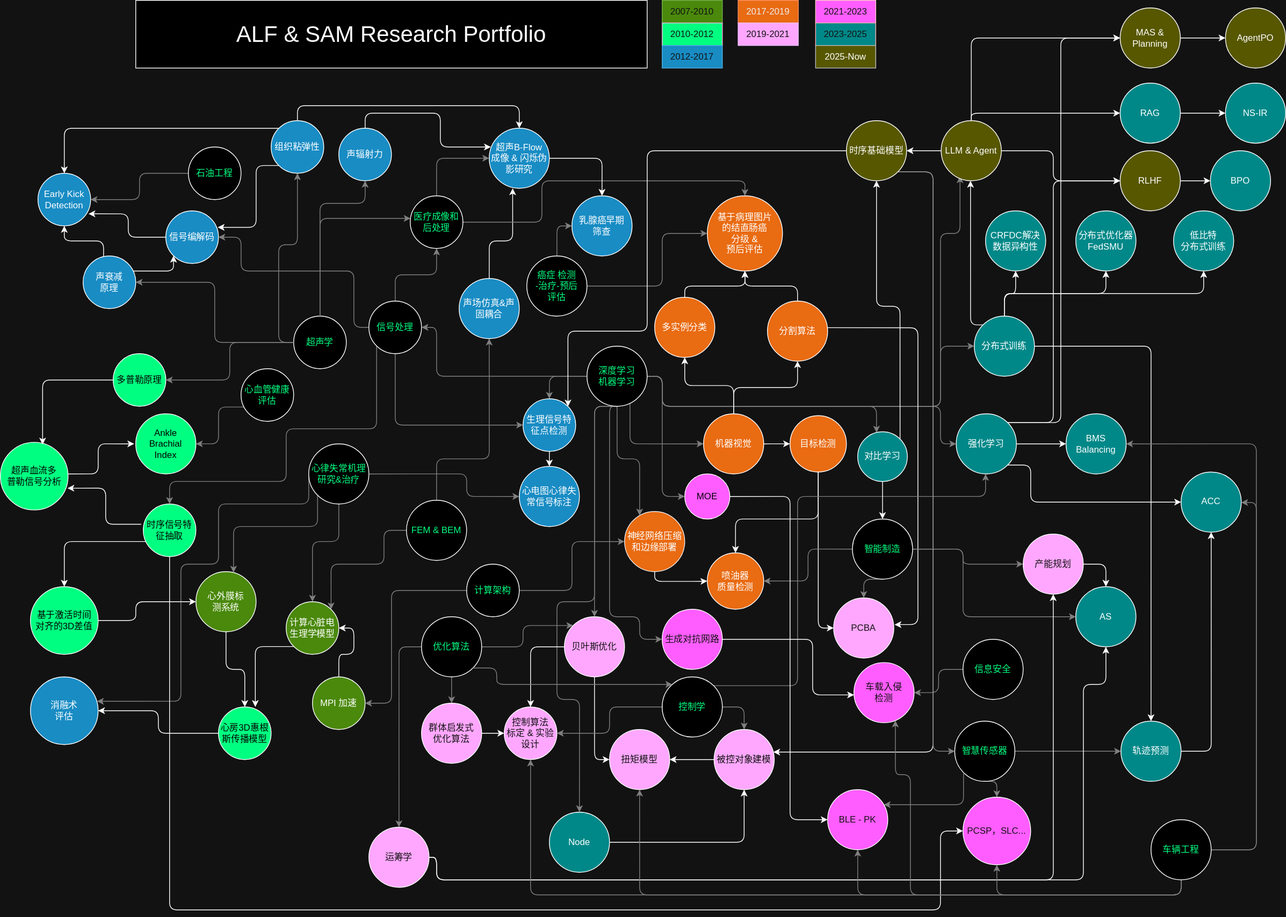
alfredlu/alfredlu.github.io keeps this draw.io diagram as doc/study.drawio.svg. Above is the earlier version. Source tidied: cells renumbered, new cells last; positions are measured from the earlier drawing's top-left corner, leaving out a move shared by most shapes.
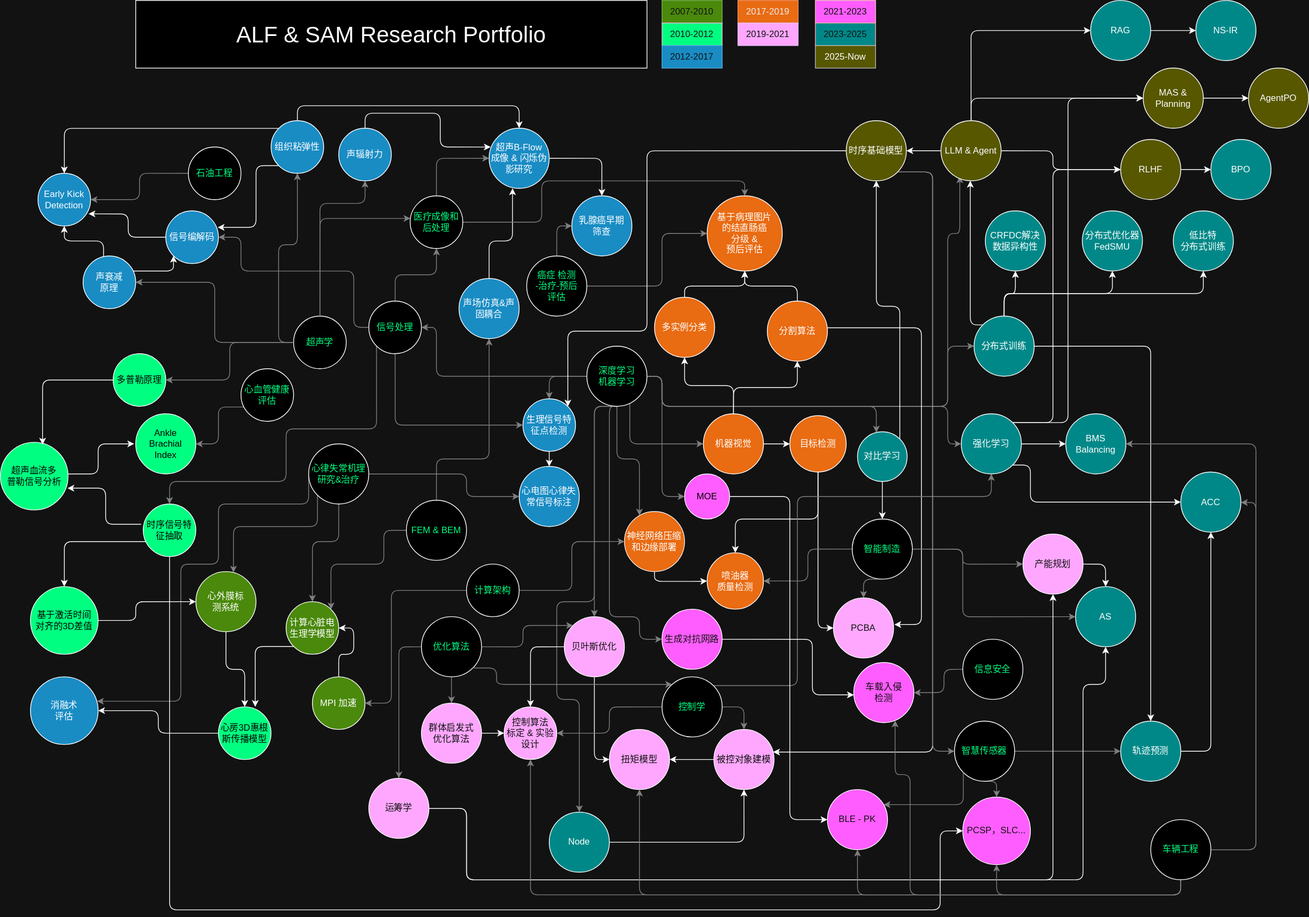
The same file after the commit.

Change to the diagram source:
```diff
@@ -387,8 +387,8 @@
         <Array as="points">
           <mxPoint x="880" y="500" />
           <mxPoint x="880" y="540" />
-          <mxPoint x="1250" y="540" />
-          <mxPoint x="1250" y="460" />
+          <mxPoint x="1260" y="540" />
+          <mxPoint x="1260" y="460" />
         </Array>
       </mxGeometry>
     </mxCell>
@@ -397,8 +397,8 @@
         <Array as="points">
           <mxPoint x="880" y="500" />
           <mxPoint x="880" y="540" />
-          <mxPoint x="1250" y="540" />
-          <mxPoint x="1250" y="590" />
+          <mxPoint x="1260" y="540" />
+          <mxPoint x="1260" y="590" />
         </Array>
       </mxGeometry>
     </mxCell>
@@ -427,8 +427,8 @@
         <Array as="points">
           <mxPoint x="880" y="500" />
           <mxPoint x="880" y="540" />
-          <mxPoint x="1250" y="540" />
-          <mxPoint x="1250" y="310" />
+          <mxPoint x="1260" y="540" />
+          <mxPoint x="1260" y="310" />
           <mxPoint x="1276" y="310" />
         </Array>
       </mxGeometry>
@@ -471,8 +471,8 @@
         <mxPoint x="1099" y="435.5" as="sourcePoint" />
         <mxPoint x="1189" y="830.5" as="targetPoint" />
         <Array as="points">
-          <mxPoint x="1220" y="435" />
-          <mxPoint x="1220" y="830" />
+          <mxPoint x="1225" y="436" />
+          <mxPoint x="1225" y="830" />
         </Array>
       </mxGeometry>
     </mxCell>
@@ -572,7 +572,7 @@
         <Array as="points">
           <mxPoint x="1060" y="912" />
           <mxPoint x="1060" y="660" />
-          <mxPoint x="1310" y="660" />
+          <mxPoint x="1318" y="660" />
         </Array>
       </mxGeometry>
     </mxCell>
@@ -607,7 +607,12 @@
       <mxGeometry x="1108" y="795" width="80" height="80" as="geometry" />
     </mxCell>
     <mxCell id="130" style="edgeStyle=orthogonalEdgeStyle;jettySize=auto;html=1;exitX=0;exitY=0.5;exitDx=0;exitDy=0;entryX=1;entryY=0.5;entryDx=0;entryDy=0;strokeColor=light-dark(#000000,#808080);" parent="1" edge="1" source="131" target="132">
-      <mxGeometry relative="1" as="geometry" />
+      <mxGeometry relative="1" as="geometry">
+        <Array as="points">
+          <mxPoint x="1255" y="890" />
+          <mxPoint x="1255" y="921" />
+        </Array>
+      </mxGeometry>
     </mxCell>
     <mxCell id="131" value="&lt;span style=&quot;&quot;&gt;信息安全&lt;/span&gt;" style="ellipse;whiteSpace=wrap;html=1;fontColor=light-dark(#000000,#00FF80);fillColor=light-dark(#FFFFFF,#000000);" parent="1" vertex="1">
       <mxGeometry x="1280" y="850" width="80" height="80" as="geometry" />
@@ -659,7 +664,8 @@
     <mxCell id="142" style="edgeStyle=orthogonalEdgeStyle;jettySize=auto;html=1;exitX=1;exitY=0.5;exitDx=0;exitDy=0;entryX=0.5;entryY=1;entryDx=0;entryDy=0;" parent="1" edge="1" source="144" target="146">
       <mxGeometry relative="1" as="geometry">
         <Array as="points">
-          <mxPoint x="580" y="1170" />
+          <mxPoint x="620" y="1075" />
+          <mxPoint x="620" y="1170" />
           <mxPoint x="1400" y="1170" />
         </Array>
       </mxGeometry>
@@ -667,7 +673,8 @@
     <mxCell id="143" style="edgeStyle=orthogonalEdgeStyle;jettySize=auto;html=1;exitX=1;exitY=0.5;exitDx=0;exitDy=0;entryX=0.5;entryY=1;entryDx=0;entryDy=0;" parent="1" edge="1" source="144" target="186">
       <mxGeometry relative="1" as="geometry">
         <Array as="points">
-          <mxPoint x="580" y="1170" />
+          <mxPoint x="620" y="1075" />
+          <mxPoint x="620" y="1170" />
           <mxPoint x="1440" y="1170" />
           <mxPoint x="1440" y="910" />
           <mxPoint x="1470" y="910" />
@@ -675,7 +682,7 @@
       </mxGeometry>
     </mxCell>
     <mxCell id="144" value="运筹学" style="ellipse;whiteSpace=wrap;html=1;fillColor=#6a00ff;strokeColor=light-dark(#FFFFFF,#FFFFFF);fontColor=#ffffff;" parent="1" vertex="1">
-      <mxGeometry x="490" y="1100" width="80" height="80" as="geometry" />
+      <mxGeometry x="490" y="1035" width="80" height="80" as="geometry" />
     </mxCell>
     <mxCell id="145" style="edgeStyle=orthogonalEdgeStyle;jettySize=auto;html=1;exitX=1;exitY=0.5;exitDx=0;exitDy=0;entryX=0.5;entryY=0;entryDx=0;entryDy=0;" parent="1" edge="1" source="146" target="186">
       <mxGeometry relative="1" as="geometry" />
@@ -721,20 +728,20 @@
       <mxGeometry relative="1" as="geometry">
         <Array as="points">
           <mxPoint x="1400" y="562" />
-          <mxPoint x="1400" y="240" />
+          <mxPoint x="1400" y="225" />
         </Array>
       </mxGeometry>
     </mxCell>
     <mxCell id="156" style="edgeStyle=orthogonalEdgeStyle;rounded=1;jettySize=auto;html=1;exitX=1;exitY=0;exitDx=0;exitDy=0;entryX=0;entryY=0.5;entryDx=0;entryDy=0;curved=0;" parent="1" edge="1" source="157" target="184">
       <mxGeometry relative="1" as="geometry">
         <Array as="points">
-          <mxPoint x="1410" y="562" />
-          <mxPoint x="1410" y="50" />
+          <mxPoint x="1420" y="562" />
+          <mxPoint x="1420" y="130" />
         </Array>
       </mxGeometry>
     </mxCell>
     <mxCell id="157" value="强化学习" style="ellipse;whiteSpace=wrap;html=1;fillColor=#00CCCC;strokeColor=light-dark(#FFFFFF,#FFFFFF);" parent="1" vertex="1">
-      <mxGeometry x="1271" y="550" width="80" height="80" as="geometry" />
+      <mxGeometry x="1278" y="550" width="80" height="80" as="geometry" />
     </mxCell>
     <mxCell id="158" value="BMS&lt;div&gt;Balancing&lt;/div&gt;" style="ellipse;whiteSpace=wrap;html=1;fillColor=#00CCCC;strokeColor=light-dark(#FFFFFF,#FFFFFF);" parent="1" vertex="1">
       <mxGeometry x="1417" y="550" width="80" height="80" as="geometry" />
@@ -770,7 +777,7 @@
       <mxGeometry x="1310" y="280" width="80" height="80" as="geometry" />
     </mxCell>
     <mxCell id="169" value="分布式优化器FedSMU" style="ellipse;whiteSpace=wrap;html=1;fillColor=#00CCCC;strokeColor=light-dark(#FFFFFF,#FFFFFF);" parent="1" vertex="1">
-      <mxGeometry x="1430" y="280" width="80" height="80" as="geometry" />
+      <mxGeometry x="1439" y="280" width="80" height="80" as="geometry" />
     </mxCell>
     <mxCell id="170" value="低比特&lt;div&gt;分布式训练&lt;/div&gt;" style="ellipse;whiteSpace=wrap;html=1;fillColor=#00CCCC;strokeColor=light-dark(#FFFFFF,#FFFFFF);" parent="1" vertex="1">
       <mxGeometry x="1560" y="280" width="80" height="80" as="geometry" />
@@ -781,24 +788,24 @@
     <mxCell id="172" style="edgeStyle=orthogonalEdgeStyle;jettySize=auto;html=1;exitX=0.5;exitY=0;exitDx=0;exitDy=0;entryX=0;entryY=0.5;entryDx=0;entryDy=0;" parent="1" edge="1" source="176" target="178">
       <mxGeometry relative="1" as="geometry">
         <Array as="points">
-          <mxPoint x="1291" y="150" />
+          <mxPoint x="1291" y="40" />
         </Array>
       </mxGeometry>
     </mxCell>
-    <mxCell id="173" style="edgeStyle=orthogonalEdgeStyle;jettySize=auto;html=1;exitX=1;exitY=0.5;exitDx=0;exitDy=0;entryX=0;entryY=0.5;entryDx=0;entryDy=0;" parent="1" edge="1" source="176" target="181">
-      <mxGeometry relative="1" as="geometry">
-        <Array as="points">
-          <mxPoint x="1400" y="200" />
-          <mxPoint x="1400" y="240" />
-        </Array>
-      </mxGeometry>
-    </mxCell>
     <mxCell id="174" style="edgeStyle=orthogonalEdgeStyle;jettySize=auto;html=1;exitX=0.5;exitY=0;exitDx=0;exitDy=0;entryX=0;entryY=0.5;entryDx=0;entryDy=0;" parent="1" edge="1" source="176" target="184">
       <mxGeometry relative="1" as="geometry" />
     </mxCell>
     <mxCell id="175" style="edgeStyle=orthogonalEdgeStyle;jettySize=auto;html=1;exitX=0;exitY=0.5;exitDx=0;exitDy=0;entryX=1;entryY=0.5;entryDx=0;entryDy=0;startArrow=none;startFill=0;endArrow=classic;endFill=1;" parent="1" edge="1" source="176" target="190">
       <mxGeometry relative="1" as="geometry" />
     </mxCell>
+    <mxCell id="173" style="edgeStyle=orthogonalEdgeStyle;rounded=1;jettySize=auto;html=1;exitX=1;exitY=0.5;exitDx=0;exitDy=0;entryX=0;entryY=0.5;entryDx=0;entryDy=0;curved=0;" parent="1" edge="1" source="176" target="181">
+      <mxGeometry relative="1" as="geometry">
+        <Array as="points">
+          <mxPoint x="1400" y="200" />
+          <mxPoint x="1400" y="225" />
+        </Array>
+      </mxGeometry>
+    </mxCell>
     <mxCell id="176" value="LLM &amp;amp; Agent" style="ellipse;whiteSpace=wrap;html=1;fillColor=#CCCC00;strokeColor=light-dark(#FFFFFF,#FFFFFF);" parent="1" vertex="1">
       <mxGeometry x="1251" y="160" width="80" height="80" as="geometry" />
     </mxCell>
@@ -806,28 +813,28 @@
       <mxGeometry relative="1" as="geometry" />
     </mxCell>
     <mxCell id="178" value="RAG" style="ellipse;whiteSpace=wrap;html=1;fillColor=#00CCCC;strokeColor=light-dark(#FFFFFF,#FFFFFF);" parent="1" vertex="1">
-      <mxGeometry x="1489" y="110" width="80" height="80" as="geometry" />
+      <mxGeometry x="1450" width="80" height="80" as="geometry" />
     </mxCell>
     <mxCell id="179" value="NS-IR" style="ellipse;whiteSpace=wrap;html=1;fillColor=#00CCCC;strokeColor=light-dark(#FFFFFF,#FFFFFF);" parent="1" vertex="1">
-      <mxGeometry x="1629" y="110" width="80" height="80" as="geometry" />
+      <mxGeometry x="1590" width="80" height="80" as="geometry" />
     </mxCell>
     <mxCell id="180" style="edgeStyle=orthogonalEdgeStyle;jettySize=auto;html=1;exitX=1;exitY=0.5;exitDx=0;exitDy=0;entryX=0;entryY=0.5;entryDx=0;entryDy=0;" parent="1" edge="1" source="181" target="182">
       <mxGeometry relative="1" as="geometry" />
     </mxCell>
     <mxCell id="181" value="RLHF" style="ellipse;whiteSpace=wrap;html=1;fillColor=#CCCC00;strokeColor=light-dark(#FFFFFF,#FFFFFF);" parent="1" vertex="1">
-      <mxGeometry x="1489" y="200" width="80" height="80" as="geometry" />
+      <mxGeometry x="1490" y="185" width="80" height="80" as="geometry" />
     </mxCell>
     <mxCell id="182" value="BPO" style="ellipse;whiteSpace=wrap;html=1;fillColor=#00CCCC;strokeColor=light-dark(#FFFFFF,#FFFFFF);" parent="1" vertex="1">
-      <mxGeometry x="1609" y="200" width="80" height="80" as="geometry" />
+      <mxGeometry x="1610" y="185" width="80" height="80" as="geometry" />
     </mxCell>
     <mxCell id="183" style="edgeStyle=orthogonalEdgeStyle;jettySize=auto;html=1;exitX=1;exitY=0.5;exitDx=0;exitDy=0;" parent="1" edge="1" source="184" target="185">
       <mxGeometry relative="1" as="geometry" />
     </mxCell>
     <mxCell id="184" value="MAS &amp;amp; Planning" style="ellipse;whiteSpace=wrap;html=1;fillColor=#CCCC00;strokeColor=light-dark(#FFFFFF,#FFFFFF);" parent="1" vertex="1">
-      <mxGeometry x="1489" y="10" width="80" height="80" as="geometry" />
+      <mxGeometry x="1520" y="90" width="80" height="80" as="geometry" />
     </mxCell>
     <mxCell id="185" value="AgentPO" style="ellipse;whiteSpace=wrap;html=1;fillColor=#CCCC00;strokeColor=light-dark(#FFFFFF,#FFFFFF);" parent="1" vertex="1">
-      <mxGeometry x="1629" y="10" width="80" height="80" as="geometry" />
+      <mxGeometry x="1660" y="90" width="80" height="80" as="geometry" />
     </mxCell>
     <mxCell id="186" value="AS" style="ellipse;whiteSpace=wrap;html=1;fillColor=#00CCCC;strokeColor=light-dark(#FFFFFF,#FFFFFF);" parent="1" vertex="1">
       <mxGeometry x="1430" y="780" width="80" height="80" as="geometry" />
```
